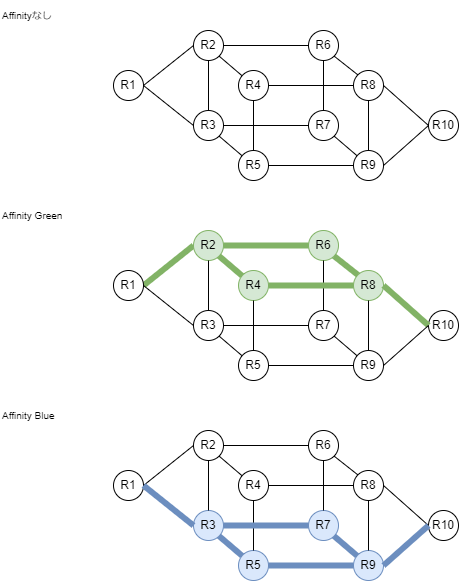
Earlier version of the draw.io export doc/img/flexalgo.drawio.png (takamitsu-iida/srv6-guide). Source tidied: cells renumbered, new cells last; positions are measured from the earlier drawing's top-left corner, leaving out a move shared by most shapes. Source of this version:
```xml
<mxGraphModel>
  <root>
    <mxCell id="0" />
    <mxCell id="1" parent="0" />
    <mxCell id="2" style="html=1;exitX=1;exitY=0.5;exitDx=0;exitDy=0;entryX=0;entryY=0.5;entryDx=0;entryDy=0;endArrow=none;endFill=0;" parent="1" edge="1" source="3" target="4">
      <mxGeometry relative="1" as="geometry" />
    </mxCell>
    <mxCell id="3" value="R1" style="ellipse;whiteSpace=wrap;html=1;" parent="1" vertex="1">
      <mxGeometry x="113" y="70" width="30" height="30" as="geometry" />
    </mxCell>
    <mxCell id="4" value="R2" style="ellipse;whiteSpace=wrap;html=1;" parent="1" vertex="1">
      <mxGeometry x="193" y="30" width="30" height="30" as="geometry" />
    </mxCell>
    <mxCell id="5" value="R3" style="ellipse;whiteSpace=wrap;html=1;" parent="1" vertex="1">
      <mxGeometry x="193" y="110" width="30" height="30" as="geometry" />
    </mxCell>
    <mxCell id="6" value="R10" style="ellipse;whiteSpace=wrap;html=1;" parent="1" vertex="1">
      <mxGeometry x="428" y="110" width="30" height="30" as="geometry" />
    </mxCell>
    <mxCell id="7" style="html=1;endArrow=none;endFill=0;exitX=1;exitY=1;exitDx=0;exitDy=0;" parent="1" edge="1" source="4" target="12">
      <mxGeometry relative="1" as="geometry" />
    </mxCell>
    <mxCell id="8" style="html=1;exitX=0.5;exitY=0;exitDx=0;exitDy=0;entryX=0.5;entryY=1;entryDx=0;entryDy=0;endArrow=none;endFill=0;" parent="1" edge="1" source="5" target="4">
      <mxGeometry relative="1" as="geometry" />
    </mxCell>
    <mxCell id="9" style="html=1;endArrow=none;endFill=0;exitX=1;exitY=1;exitDx=0;exitDy=0;" parent="1" edge="1" source="5" target="13">
      <mxGeometry relative="1" as="geometry" />
    </mxCell>
    <mxCell id="10" style="html=1;endArrow=none;endFill=0;exitX=0;exitY=0.5;exitDx=0;exitDy=0;entryX=1;entryY=0.5;entryDx=0;entryDy=0;" parent="1" edge="1" source="5" target="3">
      <mxGeometry relative="1" as="geometry" />
    </mxCell>
    <mxCell id="11" value="Affinityなし" style="text;html=1;align=left;verticalAlign=middle;strokeColor=none;fillColor=none;fontSize=10;" parent="1" vertex="1">
      <mxGeometry width="70" height="30" as="geometry" />
    </mxCell>
    <mxCell id="12" value="R4" style="ellipse;whiteSpace=wrap;html=1;" parent="1" vertex="1">
      <mxGeometry x="238" y="70" width="30" height="30" as="geometry" />
    </mxCell>
    <mxCell id="13" value="R5" style="ellipse;whiteSpace=wrap;html=1;" parent="1" vertex="1">
      <mxGeometry x="238" y="150" width="30" height="30" as="geometry" />
    </mxCell>
    <mxCell id="14" style="html=1;exitX=0.5;exitY=0;exitDx=0;exitDy=0;entryX=0.5;entryY=1;entryDx=0;entryDy=0;endArrow=none;endFill=0;" parent="1" edge="1" source="13" target="12">
      <mxGeometry relative="1" as="geometry" />
    </mxCell>
    <mxCell id="15" value="R6" style="ellipse;whiteSpace=wrap;html=1;" parent="1" vertex="1">
      <mxGeometry x="308" y="30" width="30" height="30" as="geometry" />
    </mxCell>
    <mxCell id="16" value="R7" style="ellipse;whiteSpace=wrap;html=1;" parent="1" vertex="1">
      <mxGeometry x="308" y="110" width="30" height="30" as="geometry" />
    </mxCell>
    <mxCell id="17" style="html=1;endArrow=none;endFill=0;exitX=1;exitY=1;exitDx=0;exitDy=0;entryX=0;entryY=0;entryDx=0;entryDy=0;" parent="1" edge="1" source="15" target="20">
      <mxGeometry relative="1" as="geometry" />
    </mxCell>
    <mxCell id="18" style="html=1;exitX=0.5;exitY=0;exitDx=0;exitDy=0;entryX=0.5;entryY=1;entryDx=0;entryDy=0;endArrow=none;endFill=0;" parent="1" edge="1" source="16" target="15">
      <mxGeometry relative="1" as="geometry" />
    </mxCell>
    <mxCell id="19" style="html=1;endArrow=none;endFill=0;exitX=1;exitY=1;exitDx=0;exitDy=0;" parent="1" edge="1" source="16" target="21">
      <mxGeometry relative="1" as="geometry" />
    </mxCell>
    <mxCell id="20" value="R8" style="ellipse;whiteSpace=wrap;html=1;" parent="1" vertex="1">
      <mxGeometry x="353" y="70" width="30" height="30" as="geometry" />
    </mxCell>
    <mxCell id="21" value="R9" style="ellipse;whiteSpace=wrap;html=1;" parent="1" vertex="1">
      <mxGeometry x="353" y="150" width="30" height="30" as="geometry" />
    </mxCell>
    <mxCell id="22" style="html=1;exitX=0.5;exitY=0;exitDx=0;exitDy=0;entryX=0.5;entryY=1;entryDx=0;entryDy=0;endArrow=none;endFill=0;" parent="1" edge="1" source="21" target="20">
      <mxGeometry relative="1" as="geometry" />
    </mxCell>
    <mxCell id="23" style="html=1;endArrow=none;endFill=0;exitX=1;exitY=0.5;exitDx=0;exitDy=0;entryX=0;entryY=0.5;entryDx=0;entryDy=0;" parent="1" edge="1" source="4" target="15">
      <mxGeometry relative="1" as="geometry" />
    </mxCell>
    <mxCell id="24" style="html=1;endArrow=none;endFill=0;exitX=1;exitY=0.5;exitDx=0;exitDy=0;entryX=0;entryY=0.5;entryDx=0;entryDy=0;" parent="1" edge="1" source="5" target="16">
      <mxGeometry relative="1" as="geometry" />
    </mxCell>
    <mxCell id="25" style="html=1;endArrow=none;endFill=0;exitX=1;exitY=0.5;exitDx=0;exitDy=0;entryX=0;entryY=0.5;entryDx=0;entryDy=0;" parent="1" edge="1" source="12" target="20">
      <mxGeometry relative="1" as="geometry" />
    </mxCell>
    <mxCell id="26" style="html=1;endArrow=none;endFill=0;exitX=1;exitY=0.5;exitDx=0;exitDy=0;entryX=0;entryY=0.5;entryDx=0;entryDy=0;" parent="1" edge="1" source="13" target="21">
      <mxGeometry relative="1" as="geometry" />
    </mxCell>
    <mxCell id="27" style="html=1;exitX=0;exitY=0.5;exitDx=0;exitDy=0;entryX=1;entryY=0.5;entryDx=0;entryDy=0;endArrow=none;endFill=0;" parent="1" edge="1" source="6" target="20">
      <mxGeometry relative="1" as="geometry" />
    </mxCell>
    <mxCell id="28" style="html=1;exitX=0;exitY=0.5;exitDx=0;exitDy=0;entryX=1;entryY=0.5;entryDx=0;entryDy=0;endArrow=none;endFill=0;" parent="1" edge="1" source="6" target="21">
      <mxGeometry relative="1" as="geometry" />
    </mxCell>
    <mxCell id="29" style="html=1;exitX=1;exitY=0.5;exitDx=0;exitDy=0;entryX=0;entryY=0.5;entryDx=0;entryDy=0;endArrow=none;endFill=0;fillColor=#d5e8d4;strokeColor=#82b366;strokeWidth=6;" parent="1" edge="1" source="30" target="31">
      <mxGeometry relative="1" as="geometry" />
    </mxCell>
    <mxCell id="30" value="R1" style="ellipse;whiteSpace=wrap;html=1;" parent="1" vertex="1">
      <mxGeometry x="113" y="270" width="30" height="30" as="geometry" />
    </mxCell>
    <mxCell id="31" value="R2" style="ellipse;whiteSpace=wrap;html=1;fillColor=#d5e8d4;strokeColor=#82b366;" parent="1" vertex="1">
      <mxGeometry x="193" y="230" width="30" height="30" as="geometry" />
    </mxCell>
    <mxCell id="32" value="R3" style="ellipse;whiteSpace=wrap;html=1;" parent="1" vertex="1">
      <mxGeometry x="193" y="310" width="30" height="30" as="geometry" />
    </mxCell>
    <mxCell id="33" value="R10" style="ellipse;whiteSpace=wrap;html=1;" parent="1" vertex="1">
      <mxGeometry x="428" y="310" width="30" height="30" as="geometry" />
    </mxCell>
    <mxCell id="34" style="html=1;endArrow=none;endFill=0;exitX=1;exitY=1;exitDx=0;exitDy=0;fillColor=#d5e8d4;strokeColor=#82b366;strokeWidth=6;" parent="1" edge="1" source="31" target="38">
      <mxGeometry relative="1" as="geometry" />
    </mxCell>
    <mxCell id="35" style="html=1;exitX=0.5;exitY=0;exitDx=0;exitDy=0;entryX=0.5;entryY=1;entryDx=0;entryDy=0;endArrow=none;endFill=0;" parent="1" edge="1" source="32" target="31">
      <mxGeometry relative="1" as="geometry" />
    </mxCell>
    <mxCell id="36" style="html=1;endArrow=none;endFill=0;exitX=1;exitY=1;exitDx=0;exitDy=0;" parent="1" edge="1" source="32" target="39">
      <mxGeometry relative="1" as="geometry" />
    </mxCell>
    <mxCell id="37" style="html=1;endArrow=none;endFill=0;exitX=0;exitY=0.5;exitDx=0;exitDy=0;entryX=1;entryY=0.5;entryDx=0;entryDy=0;" parent="1" edge="1" source="32" target="30">
      <mxGeometry relative="1" as="geometry" />
    </mxCell>
    <mxCell id="38" value="R4" style="ellipse;whiteSpace=wrap;html=1;fillColor=#d5e8d4;strokeColor=#82b366;" parent="1" vertex="1">
      <mxGeometry x="238" y="270" width="30" height="30" as="geometry" />
    </mxCell>
    <mxCell id="39" value="R5" style="ellipse;whiteSpace=wrap;html=1;" parent="1" vertex="1">
      <mxGeometry x="238" y="350" width="30" height="30" as="geometry" />
    </mxCell>
    <mxCell id="40" style="html=1;exitX=0.5;exitY=0;exitDx=0;exitDy=0;entryX=0.5;entryY=1;entryDx=0;entryDy=0;endArrow=none;endFill=0;" parent="1" edge="1" source="39" target="38">
      <mxGeometry relative="1" as="geometry" />
    </mxCell>
    <mxCell id="41" value="R6" style="ellipse;whiteSpace=wrap;html=1;fillColor=#d5e8d4;strokeColor=#82b366;" parent="1" vertex="1">
      <mxGeometry x="308" y="230" width="30" height="30" as="geometry" />
    </mxCell>
    <mxCell id="42" value="R7" style="ellipse;whiteSpace=wrap;html=1;" parent="1" vertex="1">
      <mxGeometry x="308" y="310" width="30" height="30" as="geometry" />
    </mxCell>
    <mxCell id="43" style="html=1;endArrow=none;endFill=0;exitX=1;exitY=1;exitDx=0;exitDy=0;entryX=0;entryY=0;entryDx=0;entryDy=0;fillColor=#d5e8d4;strokeColor=#82b366;strokeWidth=6;" parent="1" edge="1" source="41" target="46">
      <mxGeometry relative="1" as="geometry" />
    </mxCell>
    <mxCell id="44" style="html=1;exitX=0.5;exitY=0;exitDx=0;exitDy=0;entryX=0.5;entryY=1;entryDx=0;entryDy=0;endArrow=none;endFill=0;" parent="1" edge="1" source="42" target="41">
      <mxGeometry relative="1" as="geometry" />
    </mxCell>
    <mxCell id="45" style="html=1;endArrow=none;endFill=0;exitX=1;exitY=1;exitDx=0;exitDy=0;" parent="1" edge="1" source="42" target="47">
      <mxGeometry relative="1" as="geometry" />
    </mxCell>
    <mxCell id="46" value="R8" style="ellipse;whiteSpace=wrap;html=1;fillColor=#d5e8d4;strokeColor=#82b366;" parent="1" vertex="1">
      <mxGeometry x="353" y="270" width="30" height="30" as="geometry" />
    </mxCell>
    <mxCell id="47" value="R9" style="ellipse;whiteSpace=wrap;html=1;" parent="1" vertex="1">
      <mxGeometry x="353" y="350" width="30" height="30" as="geometry" />
    </mxCell>
    <mxCell id="48" style="html=1;exitX=0.5;exitY=0;exitDx=0;exitDy=0;entryX=0.5;entryY=1;entryDx=0;entryDy=0;endArrow=none;endFill=0;" parent="1" edge="1" source="47" target="46">
      <mxGeometry relative="1" as="geometry" />
    </mxCell>
    <mxCell id="49" style="html=1;endArrow=none;endFill=0;exitX=1;exitY=0.5;exitDx=0;exitDy=0;entryX=0;entryY=0.5;entryDx=0;entryDy=0;fillColor=#d5e8d4;strokeColor=#82b366;strokeWidth=6;" parent="1" edge="1" source="31" target="41">
      <mxGeometry relative="1" as="geometry" />
    </mxCell>
    <mxCell id="50" style="html=1;endArrow=none;endFill=0;exitX=1;exitY=0.5;exitDx=0;exitDy=0;entryX=0;entryY=0.5;entryDx=0;entryDy=0;" parent="1" edge="1" source="32" target="42">
      <mxGeometry relative="1" as="geometry" />
    </mxCell>
    <mxCell id="51" style="html=1;endArrow=none;endFill=0;exitX=1;exitY=0.5;exitDx=0;exitDy=0;entryX=0;entryY=0.5;entryDx=0;entryDy=0;fillColor=#d5e8d4;strokeColor=#82b366;strokeWidth=6;" parent="1" edge="1" source="38" target="46">
      <mxGeometry relative="1" as="geometry" />
    </mxCell>
    <mxCell id="52" style="html=1;endArrow=none;endFill=0;exitX=1;exitY=0.5;exitDx=0;exitDy=0;entryX=0;entryY=0.5;entryDx=0;entryDy=0;" parent="1" edge="1" source="39" target="47">
      <mxGeometry relative="1" as="geometry" />
    </mxCell>
    <mxCell id="53" style="html=1;exitX=0;exitY=0.5;exitDx=0;exitDy=0;entryX=1;entryY=0.5;entryDx=0;entryDy=0;endArrow=none;endFill=0;fillColor=#d5e8d4;strokeColor=#82b366;strokeWidth=6;" parent="1" edge="1" source="33" target="46">
      <mxGeometry relative="1" as="geometry" />
    </mxCell>
    <mxCell id="54" style="html=1;exitX=0;exitY=0.5;exitDx=0;exitDy=0;entryX=1;entryY=0.5;entryDx=0;entryDy=0;endArrow=none;endFill=0;" parent="1" edge="1" source="33" target="47">
      <mxGeometry relative="1" as="geometry" />
    </mxCell>
    <mxCell id="55" style="html=1;exitX=1;exitY=0.5;exitDx=0;exitDy=0;entryX=0;entryY=0.5;entryDx=0;entryDy=0;endArrow=none;endFill=0;" parent="1" edge="1" source="56" target="57">
      <mxGeometry relative="1" as="geometry" />
    </mxCell>
    <mxCell id="56" value="R1" style="ellipse;whiteSpace=wrap;html=1;" parent="1" vertex="1">
      <mxGeometry x="113" y="470" width="30" height="30" as="geometry" />
    </mxCell>
    <mxCell id="57" value="R2" style="ellipse;whiteSpace=wrap;html=1;" parent="1" vertex="1">
      <mxGeometry x="193" y="430" width="30" height="30" as="geometry" />
    </mxCell>
    <mxCell id="58" value="R3" style="ellipse;whiteSpace=wrap;html=1;fillColor=#dae8fc;strokeColor=#6c8ebf;" parent="1" vertex="1">
      <mxGeometry x="193" y="510" width="30" height="30" as="geometry" />
    </mxCell>
    <mxCell id="59" value="R10" style="ellipse;whiteSpace=wrap;html=1;" parent="1" vertex="1">
      <mxGeometry x="428" y="510" width="30" height="30" as="geometry" />
    </mxCell>
    <mxCell id="60" style="html=1;endArrow=none;endFill=0;exitX=1;exitY=1;exitDx=0;exitDy=0;" parent="1" edge="1" source="57" target="64">
      <mxGeometry relative="1" as="geometry" />
    </mxCell>
    <mxCell id="61" style="html=1;exitX=0.5;exitY=0;exitDx=0;exitDy=0;entryX=0.5;entryY=1;entryDx=0;entryDy=0;endArrow=none;endFill=0;" parent="1" edge="1" source="58" target="57">
      <mxGeometry relative="1" as="geometry" />
    </mxCell>
    <mxCell id="62" style="html=1;endArrow=none;endFill=0;exitX=1;exitY=1;exitDx=0;exitDy=0;fillColor=#dae8fc;strokeColor=#6c8ebf;strokeWidth=6;" parent="1" edge="1" source="58" target="65">
      <mxGeometry relative="1" as="geometry" />
    </mxCell>
    <mxCell id="63" style="html=1;endArrow=none;endFill=0;exitX=0;exitY=0.5;exitDx=0;exitDy=0;entryX=1;entryY=0.5;entryDx=0;entryDy=0;fillColor=#dae8fc;strokeColor=#6c8ebf;strokeWidth=6;" parent="1" edge="1" source="58" target="56">
      <mxGeometry relative="1" as="geometry" />
    </mxCell>
    <mxCell id="64" value="R4" style="ellipse;whiteSpace=wrap;html=1;" parent="1" vertex="1">
      <mxGeometry x="238" y="470" width="30" height="30" as="geometry" />
    </mxCell>
    <mxCell id="65" value="R5" style="ellipse;whiteSpace=wrap;html=1;fillColor=#dae8fc;strokeColor=#6c8ebf;" parent="1" vertex="1">
      <mxGeometry x="238" y="550" width="30" height="30" as="geometry" />
    </mxCell>
    <mxCell id="66" style="html=1;exitX=0.5;exitY=0;exitDx=0;exitDy=0;entryX=0.5;entryY=1;entryDx=0;entryDy=0;endArrow=none;endFill=0;" parent="1" edge="1" source="65" target="64">
      <mxGeometry relative="1" as="geometry" />
    </mxCell>
    <mxCell id="67" value="R6" style="ellipse;whiteSpace=wrap;html=1;" parent="1" vertex="1">
      <mxGeometry x="308" y="430" width="30" height="30" as="geometry" />
    </mxCell>
    <mxCell id="68" value="R7" style="ellipse;whiteSpace=wrap;html=1;fillColor=#dae8fc;strokeColor=#6c8ebf;" parent="1" vertex="1">
      <mxGeometry x="308" y="510" width="30" height="30" as="geometry" />
    </mxCell>
    <mxCell id="69" style="html=1;endArrow=none;endFill=0;exitX=1;exitY=1;exitDx=0;exitDy=0;entryX=0;entryY=0;entryDx=0;entryDy=0;" parent="1" edge="1" source="67" target="72">
      <mxGeometry relative="1" as="geometry" />
    </mxCell>
    <mxCell id="70" style="html=1;exitX=0.5;exitY=0;exitDx=0;exitDy=0;entryX=0.5;entryY=1;entryDx=0;entryDy=0;endArrow=none;endFill=0;" parent="1" edge="1" source="68" target="67">
      <mxGeometry relative="1" as="geometry" />
    </mxCell>
    <mxCell id="71" style="html=1;endArrow=none;endFill=0;exitX=1;exitY=1;exitDx=0;exitDy=0;fillColor=#dae8fc;strokeColor=#6c8ebf;strokeWidth=6;" parent="1" edge="1" source="68" target="73">
      <mxGeometry relative="1" as="geometry" />
    </mxCell>
    <mxCell id="72" value="R8" style="ellipse;whiteSpace=wrap;html=1;" parent="1" vertex="1">
      <mxGeometry x="353" y="470" width="30" height="30" as="geometry" />
    </mxCell>
    <mxCell id="73" value="R9" style="ellipse;whiteSpace=wrap;html=1;fillColor=#dae8fc;strokeColor=#6c8ebf;" parent="1" vertex="1">
      <mxGeometry x="353" y="550" width="30" height="30" as="geometry" />
    </mxCell>
    <mxCell id="74" style="html=1;exitX=0.5;exitY=0;exitDx=0;exitDy=0;entryX=0.5;entryY=1;entryDx=0;entryDy=0;endArrow=none;endFill=0;" parent="1" edge="1" source="73" target="72">
      <mxGeometry relative="1" as="geometry" />
    </mxCell>
    <mxCell id="75" style="html=1;endArrow=none;endFill=0;exitX=1;exitY=0.5;exitDx=0;exitDy=0;entryX=0;entryY=0.5;entryDx=0;entryDy=0;" parent="1" edge="1" source="57" target="67">
      <mxGeometry relative="1" as="geometry" />
    </mxCell>
    <mxCell id="76" style="html=1;endArrow=none;endFill=0;exitX=1;exitY=0.5;exitDx=0;exitDy=0;entryX=0;entryY=0.5;entryDx=0;entryDy=0;fillColor=#dae8fc;strokeColor=#6c8ebf;strokeWidth=6;" parent="1" edge="1" source="58" target="68">
      <mxGeometry relative="1" as="geometry" />
    </mxCell>
    <mxCell id="77" style="html=1;endArrow=none;endFill=0;exitX=1;exitY=0.5;exitDx=0;exitDy=0;entryX=0;entryY=0.5;entryDx=0;entryDy=0;" parent="1" edge="1" source="64" target="72">
      <mxGeometry relative="1" as="geometry" />
    </mxCell>
    <mxCell id="78" style="html=1;endArrow=none;endFill=0;exitX=1;exitY=0.5;exitDx=0;exitDy=0;entryX=0;entryY=0.5;entryDx=0;entryDy=0;fillColor=#dae8fc;strokeColor=#6c8ebf;strokeWidth=6;" parent="1" edge="1" source="65" target="73">
      <mxGeometry relative="1" as="geometry" />
    </mxCell>
    <mxCell id="79" style="html=1;exitX=0;exitY=0.5;exitDx=0;exitDy=0;entryX=1;entryY=0.5;entryDx=0;entryDy=0;endArrow=none;endFill=0;" parent="1" edge="1" source="59" target="72">
      <mxGeometry relative="1" as="geometry" />
    </mxCell>
    <mxCell id="80" style="html=1;exitX=0;exitY=0.5;exitDx=0;exitDy=0;entryX=1;entryY=0.5;entryDx=0;entryDy=0;endArrow=none;endFill=0;fillColor=#dae8fc;strokeColor=#6c8ebf;strokeWidth=6;" parent="1" edge="1" source="59" target="73">
      <mxGeometry relative="1" as="geometry" />
    </mxCell>
    <mxCell id="81" value="Affinity Green" style="text;html=1;align=left;verticalAlign=middle;strokeColor=none;fillColor=none;fontSize=10;" parent="1" vertex="1">
      <mxGeometry y="200" width="80" height="30" as="geometry" />
    </mxCell>
    <mxCell id="82" value="Affinity Blue" style="text;html=1;align=left;verticalAlign=middle;strokeColor=none;fillColor=none;fontSize=10;" parent="1" vertex="1">
      <mxGeometry y="400" width="80" height="30" as="geometry" />
    </mxCell>
  </root>
</mxGraphModel>
```
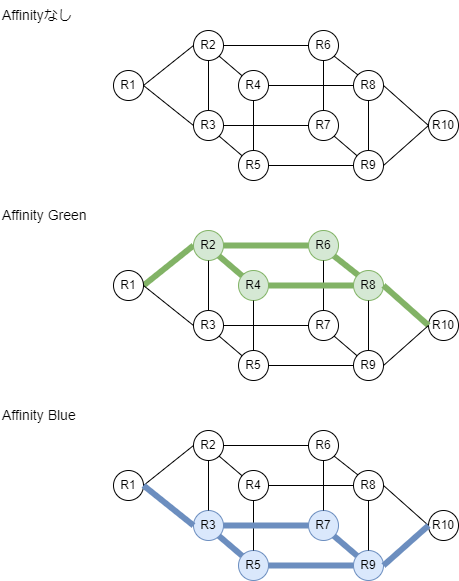
After the commit.

What changed in the source:
```diff
@@ -29,8 +29,8 @@
     <mxCell id="10" style="html=1;endArrow=none;endFill=0;exitX=0;exitY=0.5;exitDx=0;exitDy=0;entryX=1;entryY=0.5;entryDx=0;entryDy=0;" parent="1" edge="1" source="5" target="3">
       <mxGeometry relative="1" as="geometry" />
     </mxCell>
-    <mxCell id="11" value="Affinityなし" style="text;html=1;align=left;verticalAlign=middle;strokeColor=none;fillColor=none;fontSize=10;" parent="1" vertex="1">
-      <mxGeometry width="70" height="30" as="geometry" />
+    <mxCell id="11" value="Affinityなし" style="text;html=1;align=left;verticalAlign=middle;strokeColor=none;fillColor=none;fontSize=14;" parent="1" vertex="1">
+      <mxGeometry width="90" height="30" as="geometry" />
     </mxCell>
     <mxCell id="12" value="R4" style="ellipse;whiteSpace=wrap;html=1;" parent="1" vertex="1">
       <mxGeometry x="238" y="70" width="30" height="30" as="geometry" />
@@ -239,11 +239,11 @@
     <mxCell id="80" style="html=1;exitX=0;exitY=0.5;exitDx=0;exitDy=0;entryX=1;entryY=0.5;entryDx=0;entryDy=0;endArrow=none;endFill=0;fillColor=#dae8fc;strokeColor=#6c8ebf;strokeWidth=6;" parent="1" edge="1" source="59" target="73">
       <mxGeometry relative="1" as="geometry" />
     </mxCell>
-    <mxCell id="81" value="Affinity Green" style="text;html=1;align=left;verticalAlign=middle;strokeColor=none;fillColor=none;fontSize=10;" parent="1" vertex="1">
-      <mxGeometry y="200" width="80" height="30" as="geometry" />
+    <mxCell id="81" value="Affinity Green" style="text;html=1;align=left;verticalAlign=middle;strokeColor=none;fillColor=none;fontSize=14;" parent="1" vertex="1">
+      <mxGeometry y="200" width="110" height="30" as="geometry" />
     </mxCell>
-    <mxCell id="82" value="Affinity Blue" style="text;html=1;align=left;verticalAlign=middle;strokeColor=none;fillColor=none;fontSize=10;" parent="1" vertex="1">
-      <mxGeometry y="400" width="80" height="30" as="geometry" />
+    <mxCell id="82" value="Affinity Blue" style="text;html=1;align=left;verticalAlign=middle;strokeColor=none;fillColor=none;fontSize=14;" parent="1" vertex="1">
+      <mxGeometry y="400" width="100" height="30" as="geometry" />
     </mxCell>
   </root>
 </mxGraphModel>
```
